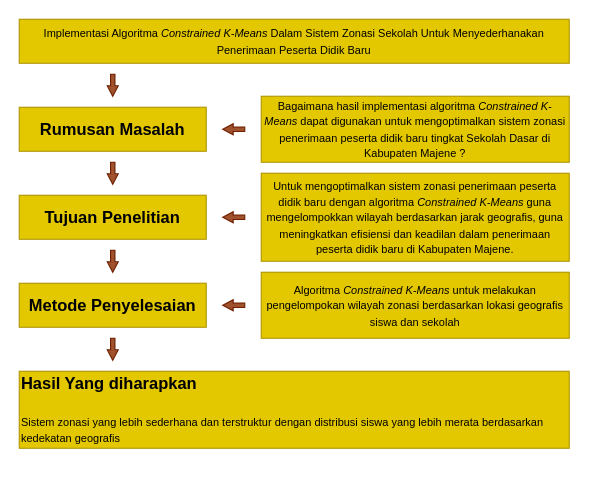
The draw.io diagram page "Halaman-4" (5 of 7) of Diagram Tanpa Judul.drawio in NayaRPL/bebas, before the edit. Source tidied: cells renumbered, new cells numbered last; positions are measured from the earlier drawing's top-left corner, leaving out a move shared by most shapes. Both pictures are drawn from the tidied source at 110%, with x=0, y=0 at pixel (19, 19).
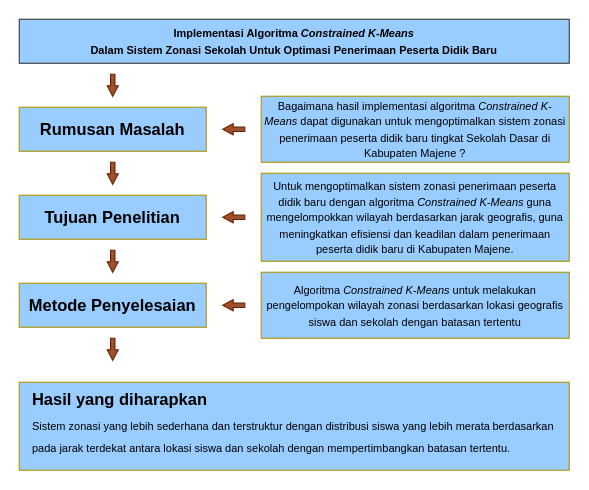
After the change.

Diff of the diagram source:
```diff
@@
 <mxGraphModel>
   <root>
     <mxCell id="0" />
     <mxCell id="1" parent="0" />
-    <mxCell id="2" value="&lt;b&gt;&lt;font style=&quot;font-size: 15px;&quot;&gt;Rumusan Masalah&lt;/font&gt;&lt;/b&gt;" style="rounded=0;whiteSpace=wrap;html=1;fillColor=#e3c800;strokeColor=#B09500;fontColor=#000000;" parent="1" vertex="1">
+    <mxCell id="2" value="&lt;b&gt;&lt;font style=&quot;font-size: 15px;&quot;&gt;Rumusan Masalah&lt;/font&gt;&lt;/b&gt;" style="rounded=0;whiteSpace=wrap;html=1;fillColor=#99CCFF;strokeColor=#B09500;fontColor=#000000;" parent="1" vertex="1">
       <mxGeometry y="80" width="170" height="40" as="geometry" />
     </mxCell>
-    <mxCell id="3" value="&lt;b&gt;&lt;font style=&quot;font-size: 15px;&quot;&gt;Tujuan Penelitian&lt;/font&gt;&lt;/b&gt;" style="rounded=0;whiteSpace=wrap;html=1;fillColor=#e3c800;strokeColor=#B09500;fontColor=#000000;" parent="1" vertex="1">
+    <mxCell id="3" value="&lt;b&gt;&lt;font style=&quot;font-size: 15px;&quot;&gt;Tujuan Penelitian&lt;/font&gt;&lt;/b&gt;" style="rounded=0;whiteSpace=wrap;html=1;fillColor=#99CCFF;strokeColor=#B09500;fontColor=#000000;" parent="1" vertex="1">
       <mxGeometry y="160" width="170" height="40" as="geometry" />
     </mxCell>
-    <mxCell id="4" value="&lt;b&gt;&lt;font style=&quot;font-size: 15px;&quot;&gt;Metode Penyelesaian&lt;/font&gt;&lt;/b&gt;" style="rounded=0;whiteSpace=wrap;html=1;fillColor=#e3c800;strokeColor=#B09500;fontColor=#000000;" parent="1" vertex="1">
+    <mxCell id="4" value="&lt;b&gt;&lt;font style=&quot;font-size: 15px;&quot;&gt;Metode Penyelesaian&lt;/font&gt;&lt;/b&gt;" style="rounded=0;whiteSpace=wrap;html=1;fillColor=#99CCFF;strokeColor=#B09500;fontColor=#000000;" parent="1" vertex="1">
       <mxGeometry y="240" width="170" height="40" as="geometry" />
     </mxCell>
-    <mxCell id="5" value="&lt;b&gt;&lt;font style=&quot;font-size: 15px;&quot;&gt;Hasil Yang diharapkan&lt;/font&gt;&lt;/b&gt;&lt;div style=&quot;&quot;&gt;&lt;b&gt;&lt;font style=&quot;font-size: 15px;&quot;&gt;&lt;br&gt;&lt;/font&gt;&lt;/b&gt;&lt;/div&gt;&lt;div style=&quot;&quot;&gt;&lt;font style=&quot;font-size: 10px;&quot;&gt;Sistem zonasi yang lebih sederhana dan terstruktur dengan distribusi siswa yang lebih merata berdasarkan kedekatan geografis&lt;/font&gt;&lt;br&gt;&lt;/div&gt;" style="rounded=0;whiteSpace=wrap;html=1;fillColor=#e3c800;strokeColor=#B09500;fontColor=#000000;align=left;" parent="1" vertex="1">
-      <mxGeometry y="320" width="500" height="70" as="geometry" />
-    </mxCell>
-    <mxCell id="6" value="&lt;div style=&quot;&quot;&gt;&lt;span style=&quot;background-color: initial;&quot;&gt;&lt;font style=&quot;font-size: 10px;&quot;&gt;Untuk&amp;nbsp;&lt;/font&gt;&lt;/span&gt;&lt;span style=&quot;background-color: transparent; font-size: 10px;&quot;&gt;mengoptimalkan sistem zonasi penerimaan peserta didik baru dengan algoritma &lt;i&gt;Constrained K-Means&lt;/i&gt; guna mengelompokkan wilayah berdasarkan jarak geografis, guna meningkatkan efisiensi dan keadilan dalam penerimaan peserta didik baru di Kabupaten Majene.&lt;/span&gt;&lt;/div&gt;" style="rounded=0;whiteSpace=wrap;html=1;fillColor=#e3c800;strokeColor=#B09500;fontColor=#000000;align=center;" parent="1" vertex="1">
+    <mxCell id="6" value="&lt;div style=&quot;&quot;&gt;&lt;span style=&quot;background-color: initial;&quot;&gt;&lt;font style=&quot;font-size: 10px;&quot;&gt;Untuk&amp;nbsp;&lt;/font&gt;&lt;/span&gt;&lt;span style=&quot;background-color: transparent; font-size: 10px;&quot;&gt;mengoptimalkan sistem zonasi penerimaan peserta didik baru dengan algoritma &lt;i&gt;Constrained K-Means&lt;/i&gt; guna mengelompokkan wilayah berdasarkan jarak geografis, guna meningkatkan efisiensi dan keadilan dalam penerimaan peserta didik baru di Kabupaten Majene.&lt;/span&gt;&lt;/div&gt;" style="rounded=0;whiteSpace=wrap;html=1;fillColor=#99CCFF;strokeColor=#B09500;fontColor=#000000;align=center;" parent="1" vertex="1">
       <mxGeometry x="220" y="140" width="280" height="80" as="geometry" />
     </mxCell>
-    <mxCell id="7" value="&lt;font style=&quot;font-size: 10px;&quot;&gt;Bagaimana hasil implementasi algoritma&lt;i style=&quot;&quot;&gt; Constrained K-Means&lt;/i&gt; dapat digunakan untuk mengoptimalkan sistem zonasi penerimaan peserta didik baru tingkat Sekolah Dasar di Kabupaten Majene ?&lt;/font&gt;" style="rounded=0;whiteSpace=wrap;html=1;fillColor=#e3c800;strokeColor=#B09500;fontColor=#000000;" parent="1" vertex="1">
+    <mxCell id="7" value="&lt;font style=&quot;font-size: 10px;&quot;&gt;Bagaimana hasil implementasi algoritma&lt;i style=&quot;&quot;&gt; Constrained K-Means&lt;/i&gt; dapat digunakan untuk mengoptimalkan sistem zonasi penerimaan peserta didik baru tingkat Sekolah Dasar di Kabupaten Majene ?&lt;/font&gt;" style="rounded=0;whiteSpace=wrap;html=1;fillColor=#99CCFF;strokeColor=#B09500;fontColor=#000000;" parent="1" vertex="1">
       <mxGeometry x="220" y="70" width="280" height="60" as="geometry" />
     </mxCell>
-    <mxCell id="8" value="&lt;font style=&quot;font-size: 10px;&quot;&gt;Algoritma &lt;i&gt;Constrained K-Means&lt;/i&gt; untuk melakukan pengelompokan wilayah zonasi berdasarkan lokasi geografis siswa dan sekolah&lt;/font&gt;" style="rounded=0;whiteSpace=wrap;html=1;fillColor=#e3c800;strokeColor=#B09500;fontColor=#000000;" parent="1" vertex="1">
+    <mxCell id="8" value="&lt;font style=&quot;font-size: 10px;&quot;&gt;Algoritma &lt;i&gt;Constrained K-Means&lt;/i&gt; untuk melakukan pengelompokan wilayah zonasi berdasarkan lokasi geografis siswa dan sekolah dengan batasan tertentu&lt;/font&gt;" style="rounded=0;whiteSpace=wrap;html=1;fillColor=#99CCFF;strokeColor=#B09500;fontColor=#000000;" parent="1" vertex="1">
       <mxGeometry x="220" y="230" width="280" height="60" as="geometry" />
     </mxCell>
-    <mxCell id="9" value="&lt;font style=&quot;font-size: 10px;&quot;&gt;Implementasi Algoritma&lt;i&gt; Constrained K-Means &lt;/i&gt;Dalam Sistem Zonasi Sekolah Untuk Menyederhanakan Penerimaan Peserta Didik Baru&lt;/font&gt;" style="rounded=0;whiteSpace=wrap;html=1;fillColor=#e3c800;strokeColor=#B09500;fontColor=#000000;" parent="1" vertex="1">
+    <mxCell id="9" value="&lt;b&gt;&lt;span style=&quot;&quot; lang=&quot;id&quot;&gt;&lt;font style=&quot;font-size: 10px;&quot;&gt;Implementasi Algoritma &lt;i style=&quot;&quot;&gt;Constrained K-Means&lt;/i&gt;&lt;br&gt;Dalam Sistem Zonasi Sekolah Untuk Optimasi Penerimaan Peserta Didik Baru&lt;/font&gt;&lt;/span&gt;&lt;/b&gt;" style="rounded=0;whiteSpace=wrap;html=1;fillColor=#99CCFF;strokeColor=#36393d;" parent="1" vertex="1">
       <mxGeometry width="500" height="40" as="geometry" />
     </mxCell>
     <mxCell id="10" style="shape=singleArrow;direction=south;whiteSpace=wrap;html=1;arrowWidth=0.4;arrowSize=0.475;labelBorderColor=none;labelBackgroundColor=none;fillColor=#a0522d;fontColor=#ffffff;strokeColor=#6D1F00;" parent="1" vertex="1">
       <mxGeometry x="80" y="50" width="10" height="20" as="geometry" />
     </mxCell>
     <mxCell id="11" style="shape=singleArrow;direction=south;whiteSpace=wrap;html=1;arrowWidth=0.4;arrowSize=0.475;fillColor=#a0522d;fontColor=#ffffff;strokeColor=#6D1F00;" parent="1" vertex="1">
       <mxGeometry x="80" y="130" width="10" height="20" as="geometry" />
     </mxCell>
     <mxCell id="12" style="shape=singleArrow;direction=south;whiteSpace=wrap;html=1;arrowWidth=0.4;arrowSize=0.475;fillColor=#a0522d;fontColor=#ffffff;strokeColor=#6D1F00;" parent="1" vertex="1">
       <mxGeometry x="80" y="210" width="10" height="20" as="geometry" />
     </mxCell>
     <mxCell id="13" style="shape=singleArrow;direction=south;whiteSpace=wrap;html=1;arrowWidth=0.4;arrowSize=0.475;rotation=90;textShadow=0;labelBorderColor=none;labelBackgroundColor=none;fillColor=#a0522d;fontColor=#ffffff;strokeColor=#6D1F00;" parent="1" vertex="1">
       <mxGeometry x="190" y="90" width="10" height="20" as="geometry" />
     </mxCell>
     <mxCell id="14" style="shape=singleArrow;direction=south;whiteSpace=wrap;html=1;arrowWidth=0.4;arrowSize=0.475;rotation=90;fillColor=#a0522d;fontColor=#ffffff;strokeColor=#6D1F00;" parent="1" vertex="1">
       <mxGeometry x="190" y="170" width="10" height="20" as="geometry" />
     </mxCell>
     <mxCell id="15" style="shape=singleArrow;direction=south;whiteSpace=wrap;html=1;arrowWidth=0.4;arrowSize=0.475;rotation=90;fillColor=#a0522d;fontColor=#ffffff;strokeColor=#6D1F00;" parent="1" vertex="1">
       <mxGeometry x="190" y="250" width="10" height="20" as="geometry" />
     </mxCell>
     <mxCell id="16" style="shape=singleArrow;direction=south;whiteSpace=wrap;html=1;arrowWidth=0.4;arrowSize=0.475;fillColor=#a0522d;fontColor=#ffffff;strokeColor=#6D1F00;" parent="1" vertex="1">
       <mxGeometry x="80" y="290" width="10" height="20" as="geometry" />
     </mxCell>
+    <mxCell id="17" style="rounded=0;whiteSpace=wrap;html=1;fillColor=#99CCFF;strokeColor=#B09500;align=left;" parent="1" vertex="1">
+      <mxGeometry y="330" width="500" height="80" as="geometry" />
+    </mxCell>
+    <mxCell id="18" value="&lt;b style=&quot;forced-color-adjust: none; color: rgb(0, 0, 0); font-family: Helvetica; font-size: 12px; font-style: normal; font-variant-ligatures: normal; font-variant-caps: normal; letter-spacing: normal; orphans: 2; text-align: center; text-indent: 0px; text-transform: none; widows: 2; word-spacing: 0px; -webkit-text-stroke-width: 0px; white-space: normal; text-decoration-thickness: initial; text-decoration-style: initial; text-decoration-color: initial;&quot;&gt;&lt;font style=&quot;forced-color-adjust: none; font-size: 15px; background-color: rgb(153, 204, 255);&quot;&gt;Hasil yang diharapkan&lt;/font&gt;&lt;/b&gt;" style="text;whiteSpace=wrap;html=1;" parent="1" vertex="1">
+      <mxGeometry x="10" y="330" width="190" height="40" as="geometry" />
+    </mxCell>
+    <mxCell id="19" value="&lt;font style=&quot;font-size: 10px;&quot;&gt;Sistem zonasi yang lebih sederhana dan terstruktur dengan distribusi siswa yang lebih merata&lt;/font&gt;&lt;span style=&quot;color: light-dark(rgb(0, 0, 0), rgb(237, 237, 237)); background-color: transparent; text-indent: -21.3pt; font-size: 12pt; line-height: 24px;&quot; lang=&quot;id&quot;&gt;&lt;span style=&quot;font-variant-numeric: normal; font-variant-east-asian: normal; font-variant-alternates: normal; font-size-adjust: none; font-kerning: auto; font-optical-sizing: auto; font-feature-settings: normal; font-variation-settings: normal; font-variant-position: normal; font-variant-emoji: normal; font-stretch: normal; font-size: 7pt; line-height: normal; font-family: &amp;quot;Times New Roman&amp;quot;;&quot;&gt;&amp;nbsp;&lt;/span&gt;&lt;/span&gt;&lt;span style=&quot;color: light-dark(rgb(0, 0, 0), rgb(237, 237, 237)); background-color: transparent; text-indent: -21.3pt; line-height: 18px;&quot; lang=&quot;id&quot;&gt;&lt;font style=&quot;font-size: 10px;&quot;&gt;berdasarkan pada jarak terdekat antara lokasi siswa dan sekolah dengan mempertimbangkan batasan tertentu.&lt;/font&gt;&lt;/span&gt;" style="text;whiteSpace=wrap;html=1;" parent="1" vertex="1">
+      <mxGeometry x="10" y="350" width="490" height="50" as="geometry" />
+    </mxCell>
   </root>
 </mxGraphModel>
```
